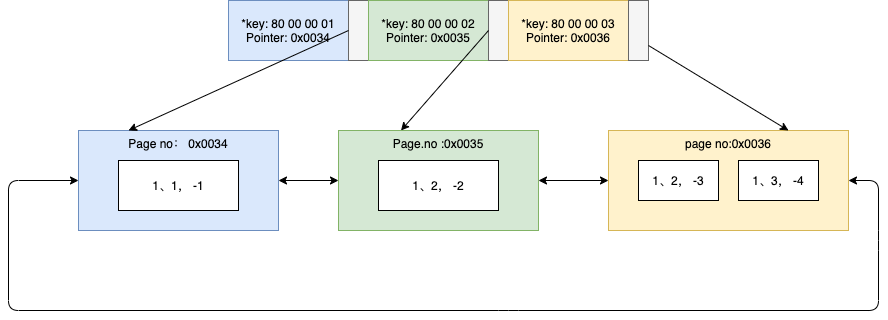
Earlier version of the draw.io export primary-key-struct.png (sivanbil/architecthure-diagram). Source tidied: cells renumbered, new cells last; positions are measured from the earlier drawing's top-left corner, leaving out a move shared by most shapes.
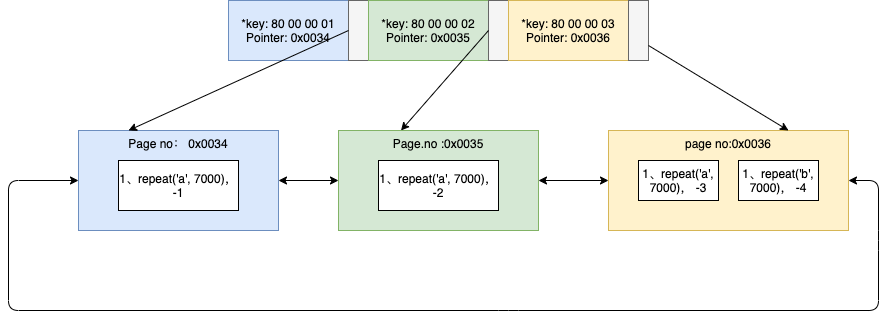
The same file after the commit.

Diff of the diagram source:
```diff
@@ -60,16 +60,16 @@
         </Array>
       </mxGeometry>
     </mxCell>
-    <mxCell id="17" value="1、1， -1" style="rounded=0;whiteSpace=wrap;html=1;" parent="1" vertex="1">
+    <mxCell id="17" value="1、repeat('a', 7000)， -1" style="rounded=0;whiteSpace=wrap;html=1;" parent="1" vertex="1">
       <mxGeometry x="110" y="160" width="120" height="50" as="geometry" />
     </mxCell>
-    <mxCell id="18" value="1、2， -2" style="rounded=0;whiteSpace=wrap;html=1;" parent="1" vertex="1">
+    <mxCell id="18" value="1、repeat('a', 7000)， -2" style="rounded=0;whiteSpace=wrap;html=1;" parent="1" vertex="1">
       <mxGeometry x="370" y="160" width="120" height="50" as="geometry" />
     </mxCell>
-    <mxCell id="19" value="1、2， -3" style="rounded=0;whiteSpace=wrap;html=1;" parent="1" vertex="1">
+    <mxCell id="19" value="1、repeat('a', 7000)， -3" style="rounded=0;whiteSpace=wrap;html=1;" parent="1" vertex="1">
       <mxGeometry x="630" y="160" width="80" height="40" as="geometry" />
     </mxCell>
-    <mxCell id="20" value="1、3， -4" style="rounded=0;whiteSpace=wrap;html=1;" parent="1" vertex="1">
+    <mxCell id="20" value="1、repeat('b', 7000)， -4" style="rounded=0;whiteSpace=wrap;html=1;" parent="1" vertex="1">
       <mxGeometry x="730" y="160" width="80" height="40" as="geometry" />
     </mxCell>
   </root>
```
